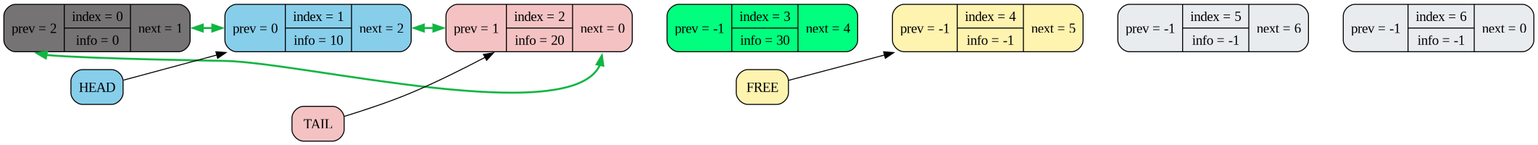
This is dumps/graph_10.png from NikolayNetreba/Task5, a Graphviz export, as it was before one commit. Its source is kept beside it as dumps/graph_10.dot.
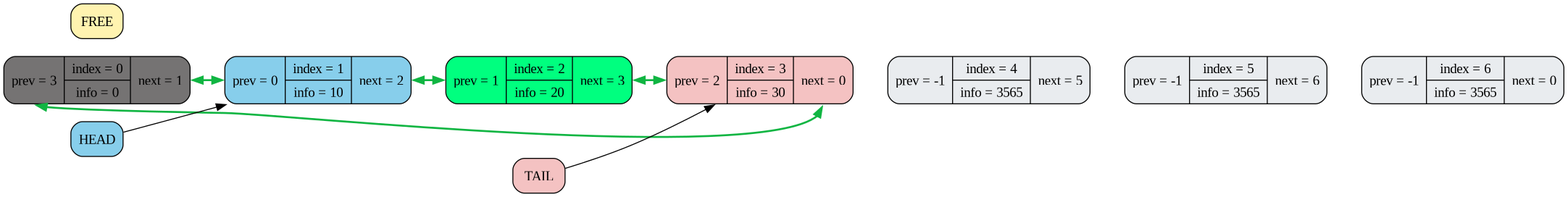
Above is the later version.

Change to the diagram source:
```diff
@@ -1,13 +1,13 @@
 digraph g{
 rankdir=LR;
 node [shape=Mrecord; style=filled;];
-node0 [label = "{<prev> prev = 2 | { index = 0 | info = 0 } | <next> next = 1}"; fillcolor="#757373"; fontcolor="black"; color="black"; penwidth=1.0];
+node0 [label = "{<prev> prev = 3 | { index = 0 | info = 0 } | <next> next = 1}"; fillcolor="#757373"; fontcolor="black"; color="black"; penwidth=1.0];
 node1 [label = "{<prev> prev = 0 | { index = 1 | info = 10 } | <next> next = 2}"; fillcolor="#87CEEB"; fontcolor="black"; color="black"; penwidth=1.0];
-node2 [label = "{<prev> prev = 1 | { index = 2 | info = 20 } | <next> next = 0}"; fillcolor="#F4C2C2"; fontcolor="black"; color="black"; penwidth=1.0];
-node3 [label = "{<prev> prev = -1 | { index = 3 | info = 30 } | <next> next = 4}"; fillcolor="#00ff7fff"; fontcolor="black"; color="black"; penwidth=1.0];
-node4 [label = "{<prev> prev = -1 | { index = 4 | info = -1 } | <next> next = 5}"; fillcolor="#FFF3B0"; fontcolor="black"; color="black"; penwidth=1.0];
-node5 [label = "{<prev> prev = -1 | { index = 5 | info = -1 } | <next> next = 6}"; fillcolor="#E9ECEF"; fontcolor="black"; color="black"; penwidth=1.0];
-node6 [label = "{<prev> prev = -1 | { index = 6 | info = -1 } | <next> next = 0}"; fillcolor="#E9ECEF"; fontcolor="black"; color="black"; penwidth=1.0];
+node2 [label = "{<prev> prev = 1 | { index = 2 | info = 20 } | <next> next = 3}"; fillcolor="#00ff7fff"; fontcolor="black"; color="black"; penwidth=1.0];
+node3 [label = "{<prev> prev = 2 | { index = 3 | info = 30 } | <next> next = 0}"; fillcolor="#F4C2C2"; fontcolor="black"; color="black"; penwidth=1.0];
+node4 [label = "{<prev> prev = -1 | { index = 4 | info = 3565 } | <next> next = 5}"; fillcolor="#E9ECEF"; fontcolor="black"; color="black"; penwidth=1.0];
+node5 [label = "{<prev> prev = -1 | { index = 5 | info = 3565 } | <next> next = 6}"; fillcolor="#E9ECEF"; fontcolor="black"; color="black"; penwidth=1.0];
+node6 [label = "{<prev> prev = -1 | { index = 6 | info = 3565 } | <next> next = 0}"; fillcolor="#E9ECEF"; fontcolor="black"; color="black"; penwidth=1.0];
 node0 -> node1 [style=invis, weight=100];
 node1 -> node2 [style=invis, weight=100];
 node2 -> node3 [style=invis, weight=100];
@@ -16,11 +16,11 @@
 node5 -> node6 [style=invis, weight=100];
 node0:next -> node1:prev [color="#10b542", dir="both", penwidth=2.0, constraint=false];
 node1:next -> node2:prev [color="#10b542", dir="both", penwidth=2.0, constraint=false];
-node2:next -> node0:prev [color="#10b542", dir="both", penwidth=2.0, constraint=false];
+node2:next -> node3:prev [color="#10b542", dir="both", penwidth=2.0, constraint=false];
+node3:next -> node0:prev [color="#10b542", dir="both", penwidth=2.0, constraint=false];
 HEAD [shape=box, style="filled, rounded", fillcolor="#87CEEB", label="HEAD"];
 TAIL [shape=box, style="filled, rounded", fillcolor="#F4C2C2", label="TAIL"];
 FREE [shape=box, style="filled, rounded", fillcolor="#FFF3B0", label="FREE"];
 HEAD -> node1 [color=black];
-TAIL -> node2 [color=black];
-FREE -> node4 [color=black];
+TAIL -> node3 [color=black];
 }
```
